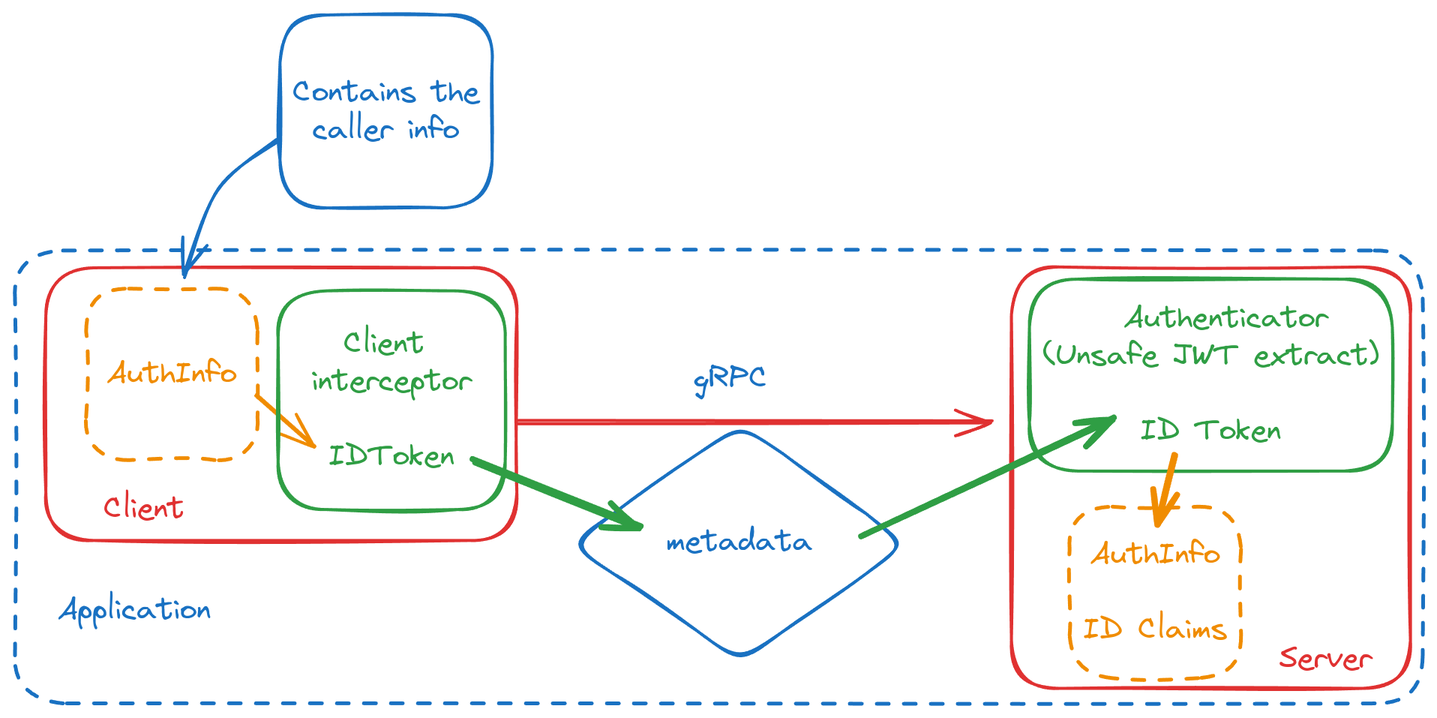
The Excalidraw diagram assets/in-proc.png in grafana/authlib, before a commit. Source tidied: one line per element, renumbered; positions are measured from the earlier drawing's top-left corner, leaving out a move shared by most shapes.
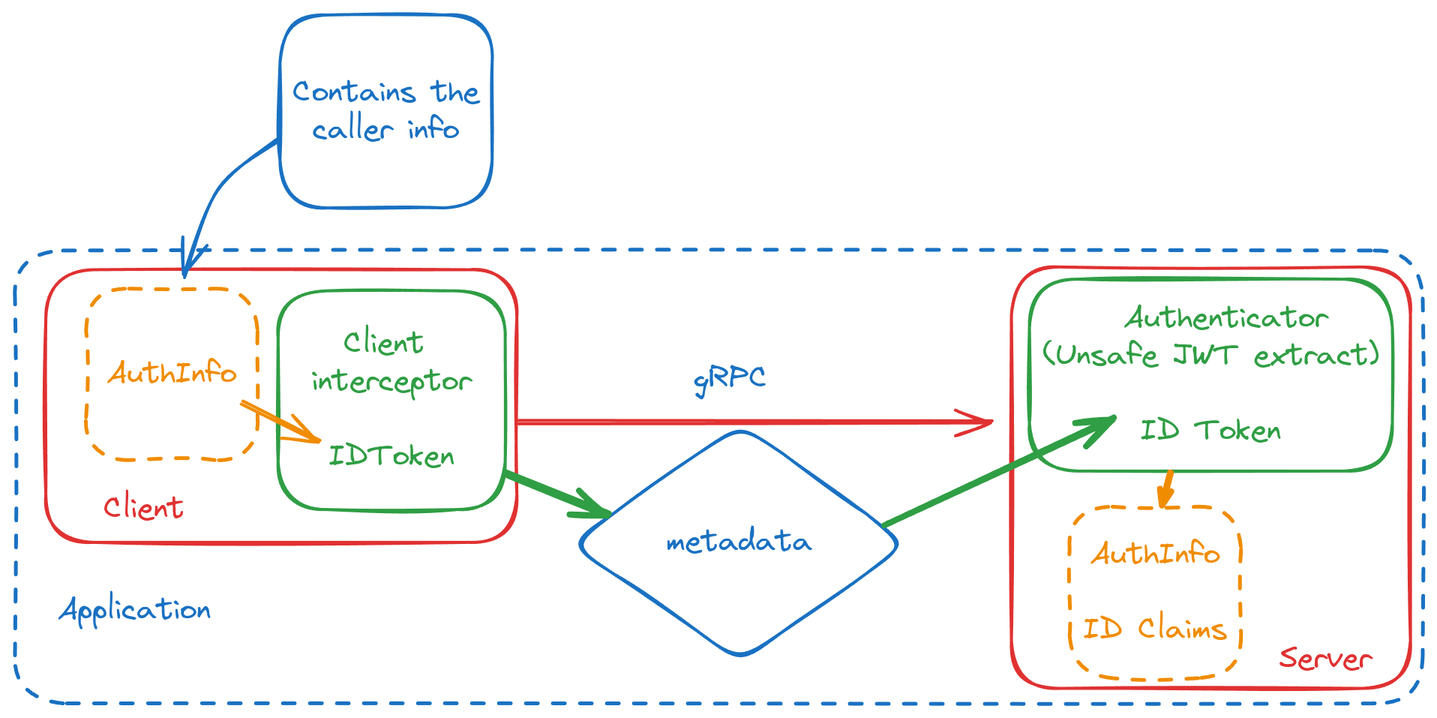
Above is the later version.

Diff of the diagram source:
```diff
@@ -1,9 +1,11 @@
+{"id": 13, "type": "rectangle", "strokeColor": "#2f9e44", "strokeWidth": 2, "roughness": 1, "round": true, "x": 175, "y": 184, "width": 151, "height": 146}
+{"id": 14, "type": "text", "text": "Client \ninterceptor\n\nIDToken", "strokeColor": "#2f9e44", "strokeWidth": 2, "roughness": 1, "fontSize": 20, "fontFamily": 1, "textAlign": "center", "verticalAlign": "middle", "inside": 13, "x": 197, "y": 207, "width": 108, "height": 100}
 {"id": 0, "type": "rectangle", "strokeColor": "#1971c2", "strokeWidth": 2, "strokeStyle": "dashed", "roughness": 1, "round": true, "x": 0, "y": 157, "width": 938, "height": 302}
-{"id": 1, "type": "rectangle", "strokeColor": "#e03131", "strokeWidth": 2, "roughness": 1, "round": true, "x": 21, "y": 168, "width": 314, "height": 182}
+{"id": 1, "type": "rectangle", "strokeColor": "#e03131", "strokeWidth": 2, "roughness": 1, "round": true, "x": 21, "y": 170, "width": 314, "height": 182}
 {"id": 2, "type": "rectangle", "strokeColor": "#e03131", "strokeWidth": 2, "roughness": 1, "round": true, "x": 664, "y": 168, "width": 266, "height": 281}
 {"id": 3, "type": "rectangle", "strokeColor": "#f08c00", "strokeWidth": 2, "strokeStyle": "dashed", "roughness": 1, "round": true, "x": 47, "y": 182, "width": 114, "height": 114}
 {"id": 4, "type": "text", "text": "AuthInfo", "strokeColor": "#f08c00", "strokeWidth": 2, "strokeStyle": "dashed", "roughness": 1, "fontSize": 20, "fontFamily": 1, "textAlign": "center", "verticalAlign": "middle", "inside": 3, "x": 61, "y": 227, "width": 88, "height": 25}
-{"id": 5, "type": "arrow", "strokeColor": "#f08c00", "strokeWidth": 2, "roughness": 1, "endArrowhead": "arrow", "round": true, "from": 13, "to": 13, "x": 161, "y": 253, "width": 39, "height": 34, "points": [[0, 0], [39, 34]]}
+{"id": 5, "type": "arrow", "strokeColor": "#f08c00", "strokeWidth": 2, "roughness": 1, "endArrowhead": "arrow", "round": true, "from": 3, "to": 13, "x": 151, "y": 258, "width": 52, "height": 26, "points": [[0, 0], [52, 26]]}
 {"id": 6, "type": "arrow", "strokeColor": "#e03131", "strokeWidth": 2, "roughness": 1, "endArrowhead": "arrow", "round": true, "from": 13, "x": 336, "y": 271, "width": 316, "height": 0, "points": [[0, 0], [316, 0]]}
 {"id": 7, "type": "rectangle", "strokeColor": "#2f9e44", "strokeWidth": 2, "roughness": 1, "round": true, "x": 676, "y": 176, "width": 242, "height": 128}
 {"id": 8, "type": "text", "text": "  Authenticator\n(Unsafe JWT extract)\n\nID Token", "strokeColor": "#2f9e44", "strokeWidth": 2, "roughness": 1, "fontSize": 20, "fontFamily": 1, "textAlign": "center", "verticalAlign": "middle", "inside": 7, "x": 685, "y": 190, "width": 224, "height": 100}
@@ -11,15 +13,13 @@
 {"id": 10, "type": "diamond", "strokeColor": "#1971c2", "strokeWidth": 2, "roughness": 1, "round": true, "x": 371, "y": 272, "width": 225, "height": 159}
 {"id": 11, "type": "text", "text": "metadata", "strokeColor": "#1971c2", "strokeWidth": 2, "roughness": 1, "fontSize": 20, "fontFamily": 1, "textAlign": "center", "verticalAlign": "middle", "inside": 10, "x": 434, "y": 339, "width": 98, "height": 25}
 {"id": 12, "type": "text", "text": "Application", "strokeColor": "#1971c2", "strokeWidth": 2, "roughness": 1, "fontSize": 20, "fontFamily": 1, "x": 29, "y": 384, "width": 102, "height": 25}
-{"id": 13, "type": "rectangle", "strokeColor": "#2f9e44", "strokeWidth": 2, "roughness": 1, "round": true, "x": 175, "y": 184, "width": 151, "height": 146}
-{"id": 14, "type": "text", "text": "Client \ninterceptor\n\nIDToken", "strokeColor": "#2f9e44", "strokeWidth": 2, "roughness": 1, "fontSize": 20, "fontFamily": 1, "textAlign": "center", "verticalAlign": "middle", "inside": 13, "x": 197, "y": 207, "width": 108, "height": 100}
 {"id": 15, "type": "text", "text": "Client", "strokeColor": "#e03131", "strokeWidth": 2, "roughness": 1, "fontSize": 20, "fontFamily": 1, "x": 59, "y": 317, "width": 54, "height": 25}
 {"id": 16, "type": "arrow", "strokeColor": "#1971c2", "strokeWidth": 2, "roughness": 1, "endArrowhead": "arrow", "round": true, "from": 17, "to": 3, "x": 176, "y": 84, "width": 63, "height": 91, "points": [[0, 0], [-41, 32], [-63, 91]]}
 {"id": 17, "type": "rectangle", "strokeColor": "#1971c2", "strokeWidth": 2, "roughness": 1, "round": true, "x": 177, "y": 0, "width": 141, "height": 129}
 {"id": 18, "type": "text", "text": "Contains the\ncaller info", "strokeColor": "#1971c2", "strokeWidth": 2, "roughness": 1, "fontSize": 20, "fontFamily": 1, "textAlign": "center", "verticalAlign": "middle", "inside": 17, "x": 185, "y": 39, "width": 126, "height": 50}
 {"id": 19, "type": "text", "text": "gRPC", "strokeColor": "#1971c2", "strokeWidth": 4, "roughness": 1, "fontSize": 20, "fontFamily": 1, "x": 453, "y": 230, "width": 50, "height": 25}
-{"id": 20, "type": "arrow", "strokeColor": "#2f9e44", "strokeWidth": 4, "roughness": 1, "endArrowhead": "arrow", "round": true, "from": 13, "to": 10, "x": 306, "y": 297, "width": 111, "height": 44, "points": [[0, 0], [111, 44]]}
+{"id": 20, "type": "arrow", "strokeColor": "#2f9e44", "strokeWidth": 4, "roughness": 1, "endArrowhead": "arrow", "round": true, "from": 13, "to": 10, "x": 328, "y": 305, "width": 68, "height": 27, "points": [[0, 0], [68, 27]]}
-{"id": 21, "type": "arrow", "strokeColor": "#2f9e44", "strokeWidth": 4, "roughness": 1, "endArrowhead": "arrow", "round": true, "from": 10, "x": 565, "y": 347, "width": 167, "height": 79, "points": [[0, 0], [167, -79]]}
+{"id": 21, "type": "arrow", "strokeColor": "#2f9e44", "strokeWidth": 4, "roughness": 1, "endArrowhead": "arrow", "round": true, "from": 10, "x": 581, "y": 340, "width": 152, "height": 71, "points": [[0, 0], [152, -71]]}
 {"id": 22, "type": "rectangle", "strokeColor": "#f08c00", "strokeWidth": 2, "strokeStyle": "dashed", "roughness": 1, "round": true, "x": 703, "y": 328, "width": 114, "height": 114}
 {"id": 23, "type": "text", "text": "AuthInfo\n\nID Claims", "strokeColor": "#f08c00", "strokeWidth": 2, "strokeStyle": "dashed", "roughness": 1, "fontSize": 20, "fontFamily": 1, "textAlign": "center", "verticalAlign": "middle", "inside": 22, "x": 712, "y": 347, "width": 96, "height": 75}
-{"id": 24, "type": "arrow", "strokeColor": "#f08c00", "strokeWidth": 4, "roughness": 1, "endArrowhead": "arrow", "round": true, "from": 7, "to": 22, "x": 773, "y": 293, "width": 11, "height": 46, "points": [[0, 0], [-11, 46]]}
+{"id": 24, "type": "arrow", "strokeColor": "#f08c00", "strokeWidth": 4, "roughness": 1, "endArrowhead": "arrow", "round": true, "from": 7, "to": 22, "x": 770, "y": 305, "width": 5, "height": 22, "points": [[0, 0], [-5, 22]]}
```
